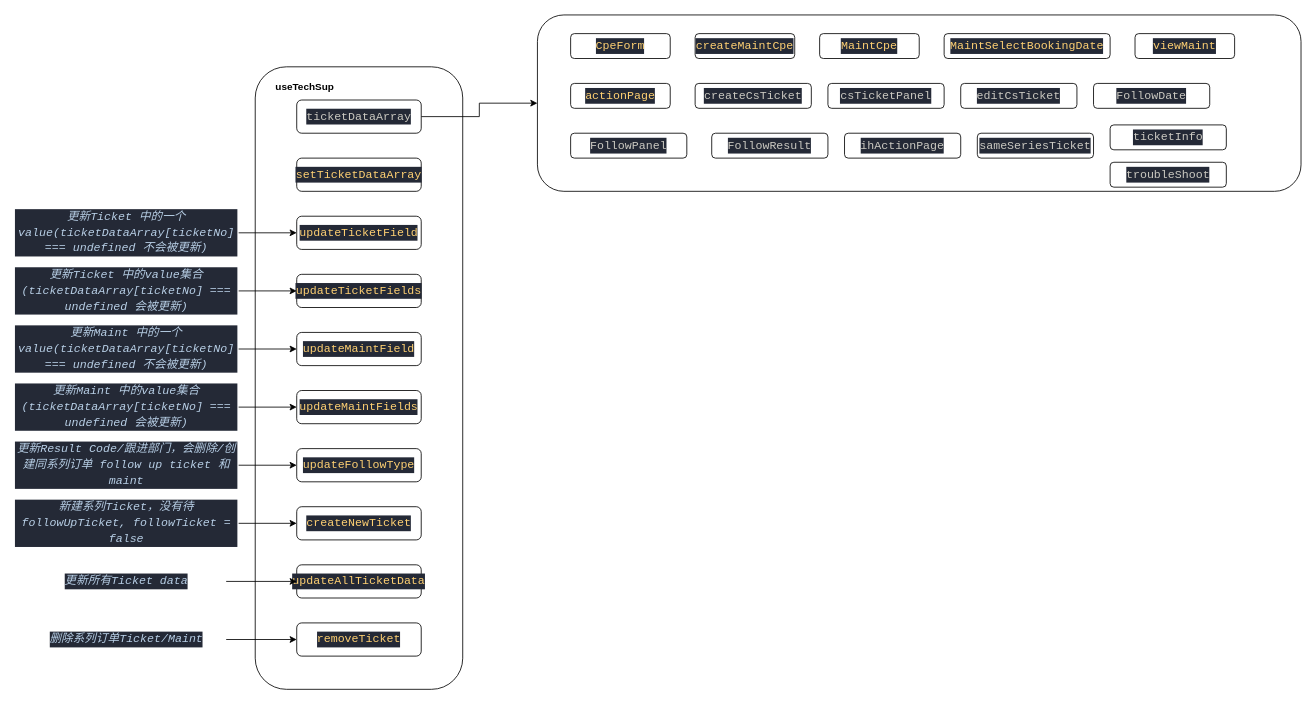
Earlier version of the draw.io diagram AIOM store review.drawio (guidecheckwang1024/-). Source tidied: cells renumbered, new cells numbered last; positions are measured from the earlier drawing's top-left corner, leaving out a move shared by most shapes. Both pictures are drawn from the tidied source at 83%, with x=0, y=0 at pixel (14, 15).
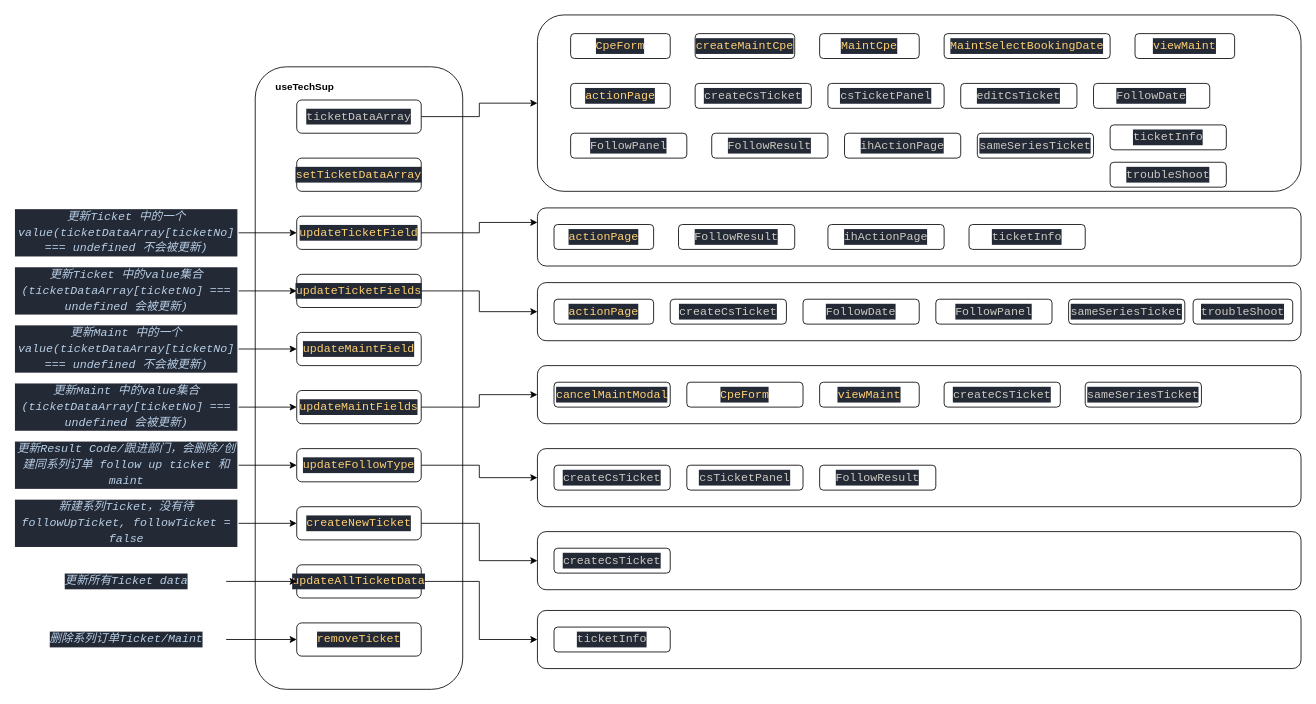
After the change.

Unchanged cells that the change refers to:
```xml
<mxCell id="6" value="&lt;div style=&quot;color: rgb(204, 202, 194); background-color: rgb(36, 41, 54); font-family: Consolas, &amp;quot;Courier New&amp;quot;, monospace; font-size: 14px; line-height: 19px;&quot;&gt;&lt;div style=&quot;line-height: 19px;&quot;&gt;&lt;div style=&quot;line-height: 19px;&quot;&gt;&lt;span style=&quot;color: #ffd173;&quot;&gt;updateTicketField&lt;/span&gt;&lt;/div&gt;&lt;/div&gt;&lt;/div&gt;" style="rounded=1;whiteSpace=wrap;html=1;" parent="1" vertex="1">
  <mxGeometry x="340" y="242" width="150" height="40" as="geometry" />
</mxCell>
<mxCell id="7" value="&lt;div style=&quot;color: rgb(204, 202, 194); background-color: rgb(36, 41, 54); font-family: Consolas, &amp;quot;Courier New&amp;quot;, monospace; font-size: 14px; line-height: 19px;&quot;&gt;&lt;div style=&quot;line-height: 19px;&quot;&gt;&lt;div style=&quot;line-height: 19px;&quot;&gt;&lt;span style=&quot;color: #ffd173;&quot;&gt;createNewTicket&lt;/span&gt;&lt;/div&gt;&lt;/div&gt;&lt;/div&gt;" style="rounded=1;whiteSpace=wrap;html=1;" parent="1" vertex="1">
  <mxGeometry x="340" y="592" width="150" height="40" as="geometry" />
</mxCell>
<mxCell id="8" value="&lt;div style=&quot;color: rgb(204, 202, 194); background-color: rgb(36, 41, 54); font-family: Consolas, &amp;quot;Courier New&amp;quot;, monospace; font-size: 14px; line-height: 19px;&quot;&gt;&lt;div style=&quot;line-height: 19px;&quot;&gt;&lt;div style=&quot;line-height: 19px;&quot;&gt;&lt;span style=&quot;color: #ffd173;&quot;&gt;updateFollowType&lt;/span&gt;&lt;/div&gt;&lt;/div&gt;&lt;/div&gt;" style="rounded=1;whiteSpace=wrap;html=1;" parent="1" vertex="1">
  <mxGeometry x="340" y="522" width="150" height="40" as="geometry" />
</mxCell>
<mxCell id="9" value="&lt;div style=&quot;color: rgb(204, 202, 194); background-color: rgb(36, 41, 54); font-family: Consolas, &amp;quot;Courier New&amp;quot;, monospace; font-size: 14px; line-height: 19px;&quot;&gt;&lt;div style=&quot;line-height: 19px;&quot;&gt;&lt;div style=&quot;line-height: 19px;&quot;&gt;&lt;span style=&quot;color: #ffd173;&quot;&gt;updateTicketFields&lt;/span&gt;&lt;/div&gt;&lt;/div&gt;&lt;/div&gt;" style="rounded=1;whiteSpace=wrap;html=1;" parent="1" vertex="1">
  <mxGeometry x="340" y="312" width="150" height="40" as="geometry" />
</mxCell>
<mxCell id="10" value="&lt;div style=&quot;color: rgb(204, 202, 194); background-color: rgb(36, 41, 54); font-family: Consolas, &amp;quot;Courier New&amp;quot;, monospace; font-size: 14px; line-height: 19px;&quot;&gt;&lt;div style=&quot;line-height: 19px;&quot;&gt;&lt;div style=&quot;line-height: 19px;&quot;&gt;&lt;span style=&quot;color: #ffd173;&quot;&gt;updateMaintFields&lt;/span&gt;&lt;/div&gt;&lt;/div&gt;&lt;/div&gt;" style="rounded=1;whiteSpace=wrap;html=1;" parent="1" vertex="1">
  <mxGeometry x="340" y="452" width="150" height="40" as="geometry" />
</mxCell>
<mxCell id="13" value="&lt;div style=&quot;color: rgb(204, 202, 194); background-color: rgb(36, 41, 54); font-family: Consolas, &amp;quot;Courier New&amp;quot;, monospace; font-size: 14px; line-height: 19px;&quot;&gt;&lt;div style=&quot;line-height: 19px;&quot;&gt;&lt;div style=&quot;line-height: 19px;&quot;&gt;&lt;div style=&quot;line-height: 19px;&quot;&gt;&lt;div style=&quot;line-height: 19px;&quot;&gt;&lt;span style=&quot;color: #ffd173;&quot;&gt;updateAllTicketData&lt;/span&gt;&lt;/div&gt;&lt;/div&gt;&lt;/div&gt;&lt;/div&gt;&lt;/div&gt;" style="rounded=1;whiteSpace=wrap;html=1;" parent="1" vertex="1">
  <mxGeometry x="340" y="662" width="150" height="40" as="geometry" />
</mxCell>
```

Diff of the diagram source:
```diff
@@
+    <mxCell id="49" style="edgeStyle=orthogonalEdgeStyle;rounded=0;jettySize=auto;html=1;exitX=1;exitY=0.5;exitDx=0;exitDy=0;entryX=0;entryY=0.25;entryDx=0;entryDy=0;" parent="1" edge="1" source="6" target="55">
+      <mxGeometry relative="1" as="geometry" />
+    </mxCell>
@@
+    <mxCell id="50" style="edgeStyle=orthogonalEdgeStyle;rounded=0;jettySize=auto;html=1;exitX=1;exitY=0.5;exitDx=0;exitDy=0;" parent="1" edge="1" source="7" target="77">
+      <mxGeometry relative="1" as="geometry" />
+    </mxCell>
@@
+    <mxCell id="51" style="edgeStyle=orthogonalEdgeStyle;rounded=0;jettySize=auto;html=1;exitX=1;exitY=0.5;exitDx=0;exitDy=0;" parent="1" edge="1" source="8" target="73">
+      <mxGeometry relative="1" as="geometry" />
+    </mxCell>
@@
+    <mxCell id="52" style="edgeStyle=orthogonalEdgeStyle;rounded=0;jettySize=auto;html=1;exitX=1;exitY=0.5;exitDx=0;exitDy=0;" parent="1" edge="1" source="9" target="60">
+      <mxGeometry relative="1" as="geometry" />
+    </mxCell>
@@
+    <mxCell id="53" style="edgeStyle=orthogonalEdgeStyle;rounded=0;jettySize=auto;html=1;exitX=1;exitY=0.5;exitDx=0;exitDy=0;" parent="1" edge="1" source="10" target="67">
+      <mxGeometry relative="1" as="geometry" />
+    </mxCell>
@@
+    <mxCell id="54" style="edgeStyle=orthogonalEdgeStyle;rounded=0;jettySize=auto;html=1;exitX=1;exitY=0.5;exitDx=0;exitDy=0;entryX=0;entryY=0.5;entryDx=0;entryDy=0;" parent="1" edge="1" source="13" target="79">
+      <mxGeometry relative="1" as="geometry" />
+    </mxCell>
@@
+    <mxCell id="55" style="rounded=1;whiteSpace=wrap;html=1;" parent="1" vertex="1">
+      <mxGeometry x="630" y="232" width="920" height="70" as="geometry" />
+    </mxCell>
+    <mxCell id="56" value="&lt;div style=&quot;background-color: rgb(36, 41, 54); font-family: Consolas, &amp;quot;Courier New&amp;quot;, monospace; font-size: 14px; line-height: 19px;&quot;&gt;&lt;font color=&quot;#ffd173&quot;&gt;actionPage&lt;/font&gt;&lt;/div&gt;" style="rounded=1;whiteSpace=wrap;html=1;" parent="1" vertex="1">
+      <mxGeometry x="650" y="252" width="120" height="30" as="geometry" />
+    </mxCell>
+    <mxCell id="57" value="&lt;div style=&quot;background-color: rgb(36, 41, 54); font-family: Consolas, &amp;quot;Courier New&amp;quot;, monospace; font-size: 14px; line-height: 19px;&quot;&gt;&lt;div style=&quot;color: rgb(204, 202, 194); line-height: 19px;&quot;&gt;&lt;div style=&quot;line-height: 19px;&quot;&gt;&lt;div style=&quot;line-height: 19px;&quot;&gt;&lt;div style=&quot;line-height: 19px;&quot;&gt;FollowResult&lt;/div&gt;&lt;/div&gt;&lt;/div&gt;&lt;/div&gt;&lt;/div&gt;" style="rounded=1;whiteSpace=wrap;html=1;" parent="1" vertex="1">
+      <mxGeometry x="800" y="252" width="140" height="30" as="geometry" />
+    </mxCell>
+    <mxCell id="58" value="&lt;div style=&quot;background-color: rgb(36, 41, 54); font-family: Consolas, &amp;quot;Courier New&amp;quot;, monospace; font-size: 14px; line-height: 19px;&quot;&gt;&lt;div style=&quot;color: rgb(204, 202, 194); line-height: 19px;&quot;&gt;&lt;div style=&quot;line-height: 19px;&quot;&gt;&lt;div style=&quot;line-height: 19px;&quot;&gt;&lt;div style=&quot;line-height: 19px;&quot;&gt;ihActionPage&lt;/div&gt;&lt;/div&gt;&lt;/div&gt;&lt;/div&gt;&lt;/div&gt;" style="rounded=1;whiteSpace=wrap;html=1;" parent="1" vertex="1">
+      <mxGeometry x="980" y="252" width="140" height="30" as="geometry" />
+    </mxCell>
+    <mxCell id="59" value="&lt;div style=&quot;background-color: rgb(36, 41, 54); font-family: Consolas, &amp;quot;Courier New&amp;quot;, monospace; font-size: 14px; line-height: 19px;&quot;&gt;&lt;div style=&quot;color: rgb(204, 202, 194); line-height: 19px;&quot;&gt;&lt;div style=&quot;line-height: 19px;&quot;&gt;&lt;div style=&quot;line-height: 19px;&quot;&gt;&lt;div style=&quot;line-height: 19px;&quot;&gt;ticketInfo&lt;/div&gt;&lt;/div&gt;&lt;/div&gt;&lt;/div&gt;&lt;/div&gt;" style="rounded=1;whiteSpace=wrap;html=1;" parent="1" vertex="1">
+      <mxGeometry x="1150" y="252" width="140" height="30" as="geometry" />
+    </mxCell>
+    <mxCell id="60" style="rounded=1;whiteSpace=wrap;html=1;" parent="1" vertex="1">
+      <mxGeometry x="630" y="322" width="920" height="70" as="geometry" />
+    </mxCell>
+    <mxCell id="61" value="&lt;div style=&quot;background-color: rgb(36, 41, 54); font-family: Consolas, &amp;quot;Courier New&amp;quot;, monospace; font-size: 14px; line-height: 19px;&quot;&gt;&lt;font color=&quot;#ffd173&quot;&gt;actionPage&lt;/font&gt;&lt;/div&gt;" style="rounded=1;whiteSpace=wrap;html=1;" parent="1" vertex="1">
+      <mxGeometry x="650" y="342" width="120" height="30" as="geometry" />
+    </mxCell>
+    <mxCell id="62" value="&lt;div style=&quot;background-color: rgb(36, 41, 54); font-family: Consolas, &amp;quot;Courier New&amp;quot;, monospace; font-size: 14px; line-height: 19px;&quot;&gt;&lt;div style=&quot;color: rgb(204, 202, 194); line-height: 19px;&quot;&gt;createCsTicket&lt;/div&gt;&lt;/div&gt;" style="rounded=1;whiteSpace=wrap;html=1;" parent="1" vertex="1">
+      <mxGeometry x="790" y="342" width="140" height="30" as="geometry" />
+    </mxCell>
+    <mxCell id="63" value="&lt;div style=&quot;background-color: rgb(36, 41, 54); font-family: Consolas, &amp;quot;Courier New&amp;quot;, monospace; font-size: 14px; line-height: 19px;&quot;&gt;&lt;div style=&quot;color: rgb(204, 202, 194); line-height: 19px;&quot;&gt;&lt;div style=&quot;line-height: 19px;&quot;&gt;FollowDate&lt;/div&gt;&lt;/div&gt;&lt;/div&gt;" style="rounded=1;whiteSpace=wrap;html=1;" parent="1" vertex="1">
+      <mxGeometry x="950" y="342" width="140" height="30" as="geometry" />
+    </mxCell>
+    <mxCell id="64" value="&lt;div style=&quot;background-color: rgb(36, 41, 54); font-family: Consolas, &amp;quot;Courier New&amp;quot;, monospace; font-size: 14px; line-height: 19px;&quot;&gt;&lt;div style=&quot;color: rgb(204, 202, 194); line-height: 19px;&quot;&gt;&lt;div style=&quot;line-height: 19px;&quot;&gt;&lt;div style=&quot;line-height: 19px;&quot;&gt;FollowPanel&lt;/div&gt;&lt;/div&gt;&lt;/div&gt;&lt;/div&gt;" style="rounded=1;whiteSpace=wrap;html=1;" parent="1" vertex="1">
+      <mxGeometry x="1110" y="342" width="140" height="30" as="geometry" />
+    </mxCell>
+    <mxCell id="65" value="&lt;div style=&quot;background-color: rgb(36, 41, 54); font-family: Consolas, &amp;quot;Courier New&amp;quot;, monospace; font-size: 14px; line-height: 19px;&quot;&gt;&lt;div style=&quot;color: rgb(204, 202, 194); line-height: 19px;&quot;&gt;&lt;div style=&quot;line-height: 19px;&quot;&gt;&lt;div style=&quot;line-height: 19px;&quot;&gt;&lt;div style=&quot;line-height: 19px;&quot;&gt;sameSeriesTicket&lt;/div&gt;&lt;/div&gt;&lt;/div&gt;&lt;/div&gt;&lt;/div&gt;" style="rounded=1;whiteSpace=wrap;html=1;" parent="1" vertex="1">
+      <mxGeometry x="1270" y="342" width="140" height="30" as="geometry" />
+    </mxCell>
+    <mxCell id="66" value="&lt;div style=&quot;background-color: rgb(36, 41, 54); font-family: Consolas, &amp;quot;Courier New&amp;quot;, monospace; font-size: 14px; line-height: 19px;&quot;&gt;&lt;div style=&quot;color: rgb(204, 202, 194); line-height: 19px;&quot;&gt;&lt;div style=&quot;line-height: 19px;&quot;&gt;&lt;div style=&quot;line-height: 19px;&quot;&gt;&lt;div style=&quot;line-height: 19px;&quot;&gt;troubleShoot&lt;/div&gt;&lt;/div&gt;&lt;/div&gt;&lt;/div&gt;&lt;/div&gt;" style="rounded=1;whiteSpace=wrap;html=1;" parent="1" vertex="1">
+      <mxGeometry x="1420" y="342" width="120" height="30" as="geometry" />
+    </mxCell>
+    <mxCell id="67" style="rounded=1;whiteSpace=wrap;html=1;" parent="1" vertex="1">
+      <mxGeometry x="630" y="422" width="920" height="70" as="geometry" />
+    </mxCell>
+    <mxCell id="68" value="&lt;div style=&quot;background-color: rgb(36, 41, 54); font-family: Consolas, &amp;quot;Courier New&amp;quot;, monospace; font-size: 14px; line-height: 19px;&quot;&gt;&lt;font color=&quot;#ffd173&quot;&gt;cancelMaintModal&lt;/font&gt;&lt;/div&gt;" style="rounded=1;whiteSpace=wrap;html=1;" parent="1" vertex="1">
+      <mxGeometry x="650" y="442" width="140" height="30" as="geometry" />
+    </mxCell>
+    <mxCell id="69" value="&lt;div style=&quot;background-color: rgb(36, 41, 54); font-family: Consolas, &amp;quot;Courier New&amp;quot;, monospace; font-size: 14px; line-height: 19px;&quot;&gt;&lt;span style=&quot;color: rgb(255, 209, 115);&quot;&gt;CpeForm&lt;/span&gt;&lt;br&gt;&lt;/div&gt;" style="rounded=1;whiteSpace=wrap;html=1;" parent="1" vertex="1">
+      <mxGeometry x="810" y="442" width="140" height="30" as="geometry" />
+    </mxCell>
+    <mxCell id="70" value="&lt;div style=&quot;background-color: rgb(36, 41, 54); font-family: Consolas, &amp;quot;Courier New&amp;quot;, monospace; font-size: 14px; line-height: 19px;&quot;&gt;&lt;font color=&quot;#ffd173&quot;&gt;viewMaint&lt;/font&gt;&lt;/div&gt;" style="rounded=1;whiteSpace=wrap;html=1;" parent="1" vertex="1">
+      <mxGeometry x="970" y="442" width="120" height="30" as="geometry" />
+    </mxCell>
+    <mxCell id="71" value="&lt;div style=&quot;background-color: rgb(36, 41, 54); font-family: Consolas, &amp;quot;Courier New&amp;quot;, monospace; font-size: 14px; line-height: 19px;&quot;&gt;&lt;div style=&quot;color: rgb(204, 202, 194); line-height: 19px;&quot;&gt;createCsTicket&lt;/div&gt;&lt;/div&gt;" style="rounded=1;whiteSpace=wrap;html=1;" parent="1" vertex="1">
+      <mxGeometry x="1120" y="442" width="140" height="30" as="geometry" />
+    </mxCell>
+    <mxCell id="72" value="&lt;div style=&quot;background-color: rgb(36, 41, 54); font-family: Consolas, &amp;quot;Courier New&amp;quot;, monospace; font-size: 14px; line-height: 19px;&quot;&gt;&lt;div style=&quot;color: rgb(204, 202, 194); line-height: 19px;&quot;&gt;&lt;div style=&quot;line-height: 19px;&quot;&gt;&lt;div style=&quot;line-height: 19px;&quot;&gt;&lt;div style=&quot;line-height: 19px;&quot;&gt;sameSeriesTicket&lt;/div&gt;&lt;/div&gt;&lt;/div&gt;&lt;/div&gt;&lt;/div&gt;" style="rounded=1;whiteSpace=wrap;html=1;" parent="1" vertex="1">
+      <mxGeometry x="1290" y="442" width="140" height="30" as="geometry" />
+    </mxCell>
+    <mxCell id="73" style="rounded=1;whiteSpace=wrap;html=1;" parent="1" vertex="1">
+      <mxGeometry x="630" y="522" width="920" height="70" as="geometry" />
+    </mxCell>
+    <mxCell id="74" value="&lt;div style=&quot;background-color: rgb(36, 41, 54); font-family: Consolas, &amp;quot;Courier New&amp;quot;, monospace; font-size: 14px; line-height: 19px;&quot;&gt;&lt;div style=&quot;color: rgb(204, 202, 194); line-height: 19px;&quot;&gt;createCsTicket&lt;/div&gt;&lt;/div&gt;" style="rounded=1;whiteSpace=wrap;html=1;" parent="1" vertex="1">
+      <mxGeometry x="650" y="542" width="140" height="30" as="geometry" />
+    </mxCell>
+    <mxCell id="75" value="&lt;div style=&quot;background-color: rgb(36, 41, 54); font-family: Consolas, &amp;quot;Courier New&amp;quot;, monospace; font-size: 14px; line-height: 19px;&quot;&gt;&lt;div style=&quot;color: rgb(204, 202, 194); line-height: 19px;&quot;&gt;csTicketPanel&lt;/div&gt;&lt;/div&gt;" style="rounded=1;whiteSpace=wrap;html=1;" parent="1" vertex="1">
+      <mxGeometry x="810" y="542" width="140" height="30" as="geometry" />
+    </mxCell>
+    <mxCell id="76" value="&lt;div style=&quot;background-color: rgb(36, 41, 54); font-family: Consolas, &amp;quot;Courier New&amp;quot;, monospace; font-size: 14px; line-height: 19px;&quot;&gt;&lt;div style=&quot;color: rgb(204, 202, 194); line-height: 19px;&quot;&gt;&lt;div style=&quot;line-height: 19px;&quot;&gt;&lt;div style=&quot;line-height: 19px;&quot;&gt;&lt;div style=&quot;line-height: 19px;&quot;&gt;FollowResult&lt;/div&gt;&lt;/div&gt;&lt;/div&gt;&lt;/div&gt;&lt;/div&gt;" style="rounded=1;whiteSpace=wrap;html=1;" parent="1" vertex="1">
+      <mxGeometry x="970" y="542" width="140" height="30" as="geometry" />
+    </mxCell>
+    <mxCell id="77" style="rounded=1;whiteSpace=wrap;html=1;" parent="1" vertex="1">
+      <mxGeometry x="630" y="622" width="920" height="70" as="geometry" />
+    </mxCell>
+    <mxCell id="78" value="&lt;div style=&quot;background-color: rgb(36, 41, 54); font-family: Consolas, &amp;quot;Courier New&amp;quot;, monospace; font-size: 14px; line-height: 19px;&quot;&gt;&lt;div style=&quot;color: rgb(204, 202, 194); line-height: 19px;&quot;&gt;createCsTicket&lt;/div&gt;&lt;/div&gt;" style="rounded=1;whiteSpace=wrap;html=1;" parent="1" vertex="1">
+      <mxGeometry x="650" y="642" width="140" height="30" as="geometry" />
+    </mxCell>
+    <mxCell id="79" style="rounded=1;whiteSpace=wrap;html=1;" parent="1" vertex="1">
+      <mxGeometry x="630" y="717" width="920" height="70" as="geometry" />
+    </mxCell>
+    <mxCell id="80" value="&lt;div style=&quot;background-color: rgb(36, 41, 54); font-family: Consolas, &amp;quot;Courier New&amp;quot;, monospace; font-size: 14px; line-height: 19px;&quot;&gt;&lt;div style=&quot;color: rgb(204, 202, 194); line-height: 19px;&quot;&gt;&lt;div style=&quot;line-height: 19px;&quot;&gt;&lt;div style=&quot;line-height: 19px;&quot;&gt;&lt;div style=&quot;line-height: 19px;&quot;&gt;ticketInfo&lt;/div&gt;&lt;/div&gt;&lt;/div&gt;&lt;/div&gt;&lt;/div&gt;" style="rounded=1;whiteSpace=wrap;html=1;" parent="1" vertex="1">
+      <mxGeometry x="650" y="737" width="140" height="30" as="geometry" />
+    </mxCell>
```
